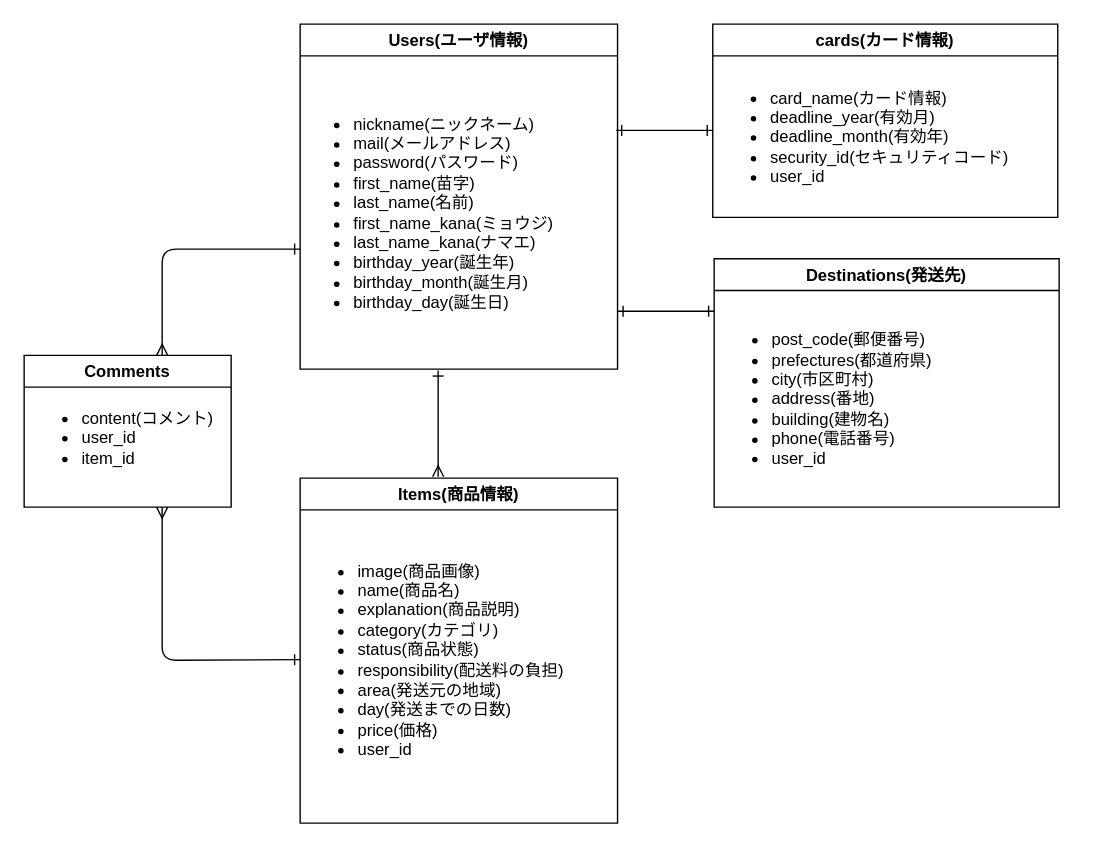
naoya1215/furima-37272 keeps this draw.io diagram as test.dio. Above is the earlier version. Source tidied: cells renumbered, new cells numbered last; positions are measured from the earlier drawing's top-left corner, leaving out a move shared by most shapes. Both pictures are drawn from the tidied source at 138%, with x=0, y=0 at pixel (23, 23).
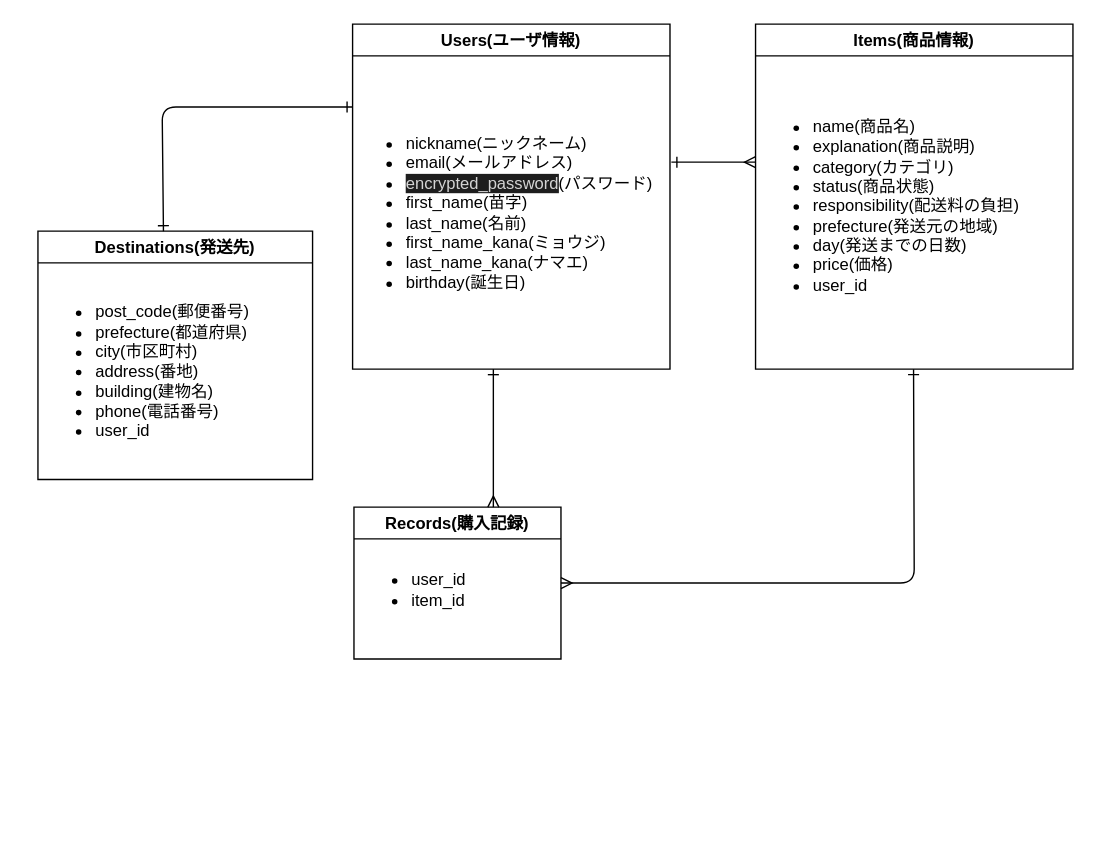
Above is the later version.

Commit message (it also covers changes not shown here):
データベース設計　修正その1

メンターからのレビューをもとに修正を行う

Change to the diagram source:
```diff
@@
     <mxCell id="2" value="Users(ユーザ情報)" style="swimlane;" parent="1" vertex="1">
-      <mxGeometry x="200" width="230" height="250" as="geometry" />
+      <mxGeometry x="238" width="230" height="250" as="geometry" />
     </mxCell>
-    <mxCell id="3" value="&lt;ul&gt;&lt;li&gt;nickname(ニックネーム)&lt;/li&gt;&lt;li&gt;mail(メールアドレス)&lt;/li&gt;&lt;li&gt;password(パスワード)&lt;/li&gt;&lt;li&gt;first_name(苗字)&lt;/li&gt;&lt;li&gt;last_name(名前)&lt;/li&gt;&lt;li&gt;first_name_kana(ミョウジ)&lt;/li&gt;&lt;li&gt;last_name_kana(ナマエ)&lt;/li&gt;&lt;li&gt;birthday_year(誕生年)&lt;/li&gt;&lt;li&gt;birthday_month(誕生月)&lt;/li&gt;&lt;li&gt;birthday_day(誕生日)&lt;/li&gt;&lt;/ul&gt;" style="text;strokeColor=none;fillColor=none;html=1;whiteSpace=wrap;verticalAlign=middle;overflow=hidden;" parent="2" vertex="1">
+    <mxCell id="3" value="&lt;ul&gt;&lt;li&gt;nickname(ニックネーム)&lt;/li&gt;&lt;li&gt;email(メールアドレス)&lt;/li&gt;&lt;li&gt;&lt;span style=&quot;background-color: rgb(30 , 30 , 30) ; color: rgb(212 , 212 , 212)&quot;&gt;encrypted_password&lt;/span&gt;(パスワード)&lt;/li&gt;&lt;li&gt;first_name(苗字)&lt;/li&gt;&lt;li&gt;last_name(名前)&lt;/li&gt;&lt;li&gt;first_name_kana(ミョウジ)&lt;/li&gt;&lt;li&gt;last_name_kana(ナマエ)&lt;/li&gt;&lt;li&gt;birthday(誕生日)&lt;/li&gt;&lt;/ul&gt;" style="text;strokeColor=none;fillColor=none;html=1;whiteSpace=wrap;verticalAlign=middle;overflow=hidden;" parent="2" vertex="1">
       <mxGeometry x="-3" y="23" width="230" height="227" as="geometry" />
     </mxCell>
-    <mxCell id="4" style="edgeStyle=none;html=1;entryX=0.426;entryY=1.013;entryDx=0;entryDy=0;endArrow=ERone;endFill=0;startArrow=ERone;startFill=0;entryPerimeter=0;exitX=0;exitY=0;exitDx=0;exitDy=0;" parent="2" edge="1">
-      <mxGeometry relative="1" as="geometry">
-        <mxPoint x="300" y="208" as="sourcePoint" />
-        <mxPoint x="230" y="208" as="targetPoint" />
-      </mxGeometry>
-    </mxCell>
     <mxCell id="5" value="Items(商品情報)" style="swimlane;fillColor=none;" parent="1" vertex="1">
-      <mxGeometry x="200" y="329" width="230" height="250" as="geometry" />
+      <mxGeometry x="530" width="230" height="250" as="geometry" />
     </mxCell>
-    <mxCell id="6" value="&lt;ul&gt;&lt;li&gt;image(商品画像)&lt;/li&gt;&lt;li&gt;name(商品名)&lt;/li&gt;&lt;li&gt;explanation(商品説明)&lt;br&gt;&lt;/li&gt;&lt;li&gt;category(カテゴリ)&lt;br&gt;&lt;/li&gt;&lt;li&gt;status(商品状態)&lt;/li&gt;&lt;li&gt;responsibility(配送料の負担)&lt;/li&gt;&lt;li&gt;area(発送元の地域)&lt;/li&gt;&lt;li&gt;day(発送までの日数)&lt;/li&gt;&lt;li&gt;price(価格)&lt;/li&gt;&lt;li&gt;user_id&lt;/li&gt;&lt;/ul&gt;" style="text;strokeColor=none;fillColor=none;html=1;whiteSpace=wrap;verticalAlign=middle;overflow=hidden;" parent="5" vertex="1">
+    <mxCell id="6" value="&lt;ul&gt;&lt;li&gt;name(商品名)&lt;/li&gt;&lt;li&gt;explanation(商品説明)&lt;br&gt;&lt;/li&gt;&lt;li&gt;category(カテゴリ)&lt;br&gt;&lt;/li&gt;&lt;li&gt;status(商品状態)&lt;/li&gt;&lt;li&gt;responsibility(配送料の負担)&lt;/li&gt;&lt;li&gt;prefecture(発送元の地域)&lt;/li&gt;&lt;li&gt;day(発送までの日数)&lt;/li&gt;&lt;li&gt;price(価格)&lt;/li&gt;&lt;li&gt;user_id&lt;/li&gt;&lt;/ul&gt;" style="text;strokeColor=none;fillColor=none;html=1;whiteSpace=wrap;verticalAlign=middle;overflow=hidden;" parent="5" vertex="1">
       <mxGeometry y="23" width="230" height="217" as="geometry" />
     </mxCell>
-    <mxCell id="7" value="Comments" style="swimlane;fillColor=none;" parent="1" vertex="1">
-      <mxGeometry y="240" width="150" height="110" as="geometry" />
+    <mxCell id="7" value="Records(購入記録)" style="swimlane;fillColor=none;" parent="1" vertex="1">
+      <mxGeometry x="239" y="350" width="150" height="110" as="geometry" />
     </mxCell>
-    <mxCell id="8" value="&lt;ul&gt;&lt;li&gt;content(コメント)&lt;/li&gt;&lt;li&gt;user_id&lt;/li&gt;&lt;li&gt;item_id&lt;/li&gt;&lt;/ul&gt;" style="text;strokeColor=none;fillColor=none;html=1;whiteSpace=wrap;verticalAlign=middle;overflow=hidden;" parent="7" vertex="1">
+    <mxCell id="8" value="&lt;ul&gt;&lt;li&gt;&lt;span&gt;user_id&lt;/span&gt;&lt;br&gt;&lt;/li&gt;&lt;li&gt;item_id&lt;/li&gt;&lt;/ul&gt;" style="text;strokeColor=none;fillColor=none;html=1;whiteSpace=wrap;verticalAlign=middle;overflow=hidden;" parent="7" vertex="1">
       <mxGeometry y="21.5" width="140" height="77" as="geometry" />
     </mxCell>
-    <mxCell id="9" value="cards(カード情報)" style="swimlane;fillColor=none;" parent="1" vertex="1">
-      <mxGeometry x="499" width="250" height="140" as="geometry" />
-    </mxCell>
-    <mxCell id="10" value="&lt;ul&gt;&lt;li&gt;card_name(カード情報)&lt;/li&gt;&lt;li&gt;deadline_year(有効月)&lt;/li&gt;&lt;li&gt;deadline_month(有効年)&lt;/li&gt;&lt;li&gt;security_id(セキュリティコード)&lt;/li&gt;&lt;li&gt;user_id&lt;/li&gt;&lt;/ul&gt;" style="text;strokeColor=none;fillColor=none;html=1;whiteSpace=wrap;verticalAlign=middle;overflow=hidden;" parent="9" vertex="1">
-      <mxGeometry y="23" width="250" height="117" as="geometry" />
-    </mxCell>
     <mxCell id="11" value="Destinations(発送先)" style="swimlane;fillColor=none;startSize=23;" parent="1" vertex="1">
-      <mxGeometry x="500" y="170" width="250" height="180" as="geometry" />
+      <mxGeometry x="10" y="150" width="199" height="180" as="geometry" />
     </mxCell>
-    <mxCell id="12" value="&lt;ul&gt;&lt;li&gt;post_code(郵便番号)&lt;/li&gt;&lt;li&gt;prefectures(都道府県)&lt;br&gt;&lt;/li&gt;&lt;li&gt;city(市区町村)&lt;/li&gt;&lt;li&gt;address(番地)&lt;/li&gt;&lt;li&gt;building(建物名)&lt;/li&gt;&lt;li&gt;phone(電話番号)&lt;/li&gt;&lt;li&gt;user_id&lt;/li&gt;&lt;/ul&gt;" style="text;strokeColor=none;fillColor=none;html=1;whiteSpace=wrap;verticalAlign=middle;overflow=hidden;" parent="11" vertex="1">
+    <mxCell id="12" value="&lt;ul&gt;&lt;li&gt;post_code(郵便番号)&lt;/li&gt;&lt;li&gt;prefecture(都道府県)&lt;br&gt;&lt;/li&gt;&lt;li&gt;city(市区町村)&lt;/li&gt;&lt;li&gt;address(番地)&lt;/li&gt;&lt;li&gt;building(建物名)&lt;/li&gt;&lt;li&gt;phone(電話番号)&lt;/li&gt;&lt;li&gt;user_id&lt;/li&gt;&lt;/ul&gt;" style="text;strokeColor=none;fillColor=none;html=1;whiteSpace=wrap;verticalAlign=middle;overflow=hidden;" parent="11" vertex="1">
       <mxGeometry y="23" width="180" height="157" as="geometry" />
     </mxCell>
-    <mxCell id="13" style="edgeStyle=none;html=1;entryX=0.426;entryY=1.013;entryDx=0;entryDy=0;endArrow=ERone;endFill=0;startArrow=ERmany;startFill=0;entryPerimeter=0;exitX=0.426;exitY=0;exitDx=0;exitDy=0;exitPerimeter=0;" parent="1" edge="1">
+    <mxCell id="13" style="edgeStyle=none;html=1;entryX=1.013;entryY=0.357;entryDx=0;entryDy=0;endArrow=ERone;endFill=0;startArrow=ERmany;startFill=0;entryPerimeter=0;" parent="1" edge="1">
       <mxGeometry relative="1" as="geometry">
-        <mxPoint x="300" y="328" as="sourcePoint" />
-        <mxPoint x="300" y="251" as="targetPoint" />
+        <mxPoint x="530" y="100" as="sourcePoint" />
+        <mxPoint x="469" y="100" as="targetPoint" />
       </mxGeometry>
     </mxCell>
-    <mxCell id="14" style="edgeStyle=none;html=1;entryX=0;entryY=0.5;entryDx=0;entryDy=0;endArrow=ERone;endFill=0;startArrow=ERmany;startFill=0;" parent="1" edge="1" target="6">
-      <mxGeometry relative="1" as="geometry">
-        <mxPoint x="100" y="350" as="sourcePoint" />
-        <Array as="points">
-          <mxPoint x="100" y="461" />
-        </Array>
-      </mxGeometry>
-    </mxCell>
     <mxCell id="15" style="edgeStyle=none;html=1;endArrow=ERone;endFill=0;startArrow=ERmany;startFill=0;exitX=0.426;exitY=0;exitDx=0;exitDy=0;exitPerimeter=0;" parent="1" edge="1">
       <mxGeometry relative="1" as="geometry">
-        <mxPoint x="100" y="240" as="sourcePoint" />
-        <mxPoint x="200" y="163" as="targetPoint" />
-        <Array as="points">
-          <mxPoint x="100" y="163" />
-        </Array>
+        <mxPoint x="340" y="350" as="sourcePoint" />
+        <mxPoint x="340" y="250" as="targetPoint" />
       </mxGeometry>
     </mxCell>
+    <mxCell id="4" style="edgeStyle=none;html=1;endArrow=ERone;endFill=0;startArrow=ERone;startFill=0;exitX=0;exitY=0;exitDx=0;exitDy=0;entryX=0.457;entryY=0;entryDx=0;entryDy=0;entryPerimeter=0;" parent="1" edge="1" target="11">
+      <mxGeometry relative="1" as="geometry">
+        <mxPoint x="238" y="60" as="sourcePoint" />
+        <Array as="points">
+          <mxPoint x="100" y="60" />
+        </Array>
+      </mxGeometry>
+    </mxCell>
-    <mxCell id="16" style="edgeStyle=none;html=1;entryX=0.426;entryY=1.013;entryDx=0;entryDy=0;endArrow=ERone;endFill=0;startArrow=ERone;startFill=0;entryPerimeter=0;exitX=0;exitY=0;exitDx=0;exitDy=0;" parent="1" edge="1">
+    <mxCell id="16" style="edgeStyle=none;html=1;endArrow=ERone;endFill=0;startArrow=ERmany;startFill=0;exitX=1;exitY=0.5;exitDx=0;exitDy=0;" parent="1" edge="1" source="7">
       <mxGeometry relative="1" as="geometry">
-        <mxPoint x="499" y="77" as="sourcePoint" />
-        <mxPoint x="429" y="77" as="targetPoint" />
+        <mxPoint x="644.5" y="250" as="targetPoint" />
+        <Array as="points">
+          <mxPoint x="645" y="405" />
+        </Array>
       </mxGeometry>
     </mxCell>
```
